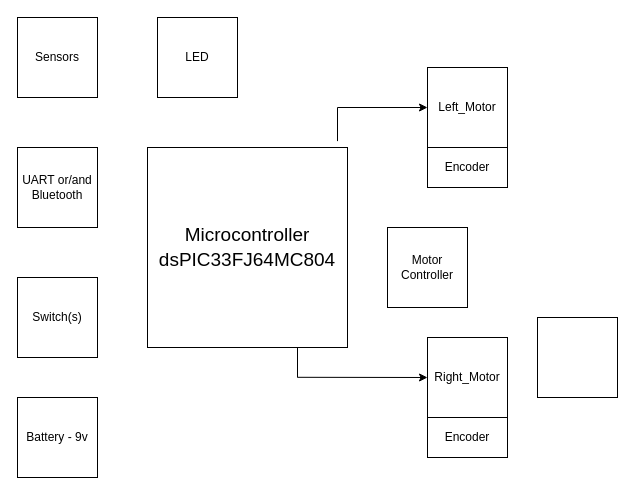
Before: draft/block_diagram.drawio in AminSeffo/Micromouse, a draw.io diagram. Source tidied: cells renumbered, new cells numbered last; positions are measured from the earlier drawing's top-left corner, leaving out a move shared by most shapes. Both pictures are drawn from the tidied source at 100%, with x=0, y=0 at pixel (17, 17).
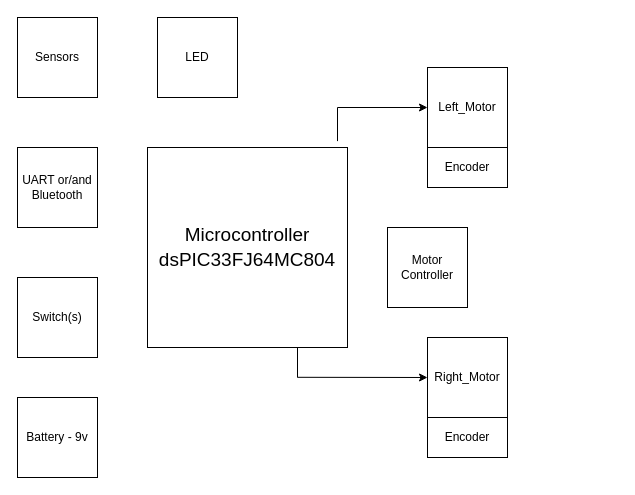
The same page after the edit.

Diff of the diagram source:
```diff
@@
-    <mxCell id="17" style="whiteSpace=wrap;html=1;" parent="1" vertex="1">
-      <mxGeometry x="520" y="300" width="80" height="80" as="geometry" />
-    </mxCell>
```
